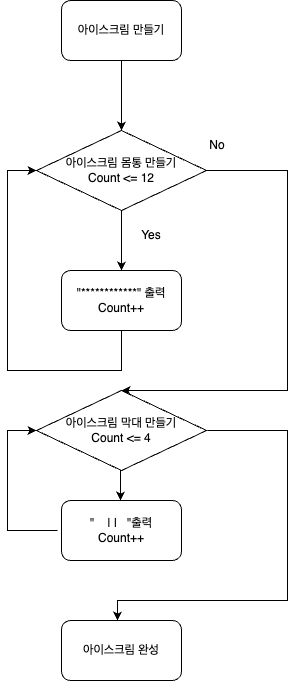
Above: 아이스크림순서도.png in yagom-academy/swift-starter-Round1 (draw.io), before the change. Source tidied: cells renumbered, new cells last; positions are measured from the earlier drawing's top-left corner, leaving out a move shared by most shapes. Its diagram source:
```xml
<mxGraphModel>
  <root>
    <mxCell id="0" />
    <mxCell id="1" parent="0" />
    <mxCell id="2" value="아이스크림 만들기" style="rounded=1;whiteSpace=wrap;html=1;" parent="1" vertex="1">
      <mxGeometry x="54" width="120" height="60" as="geometry" />
    </mxCell>
    <mxCell id="3" value="아이스크림 몸통 만들기&lt;br&gt;Count &amp;lt;= 12" style="rhombus;whiteSpace=wrap;html=1;" parent="1" vertex="1">
      <mxGeometry x="29" y="130" width="170" height="80" as="geometry" />
    </mxCell>
    <mxCell id="4" style="endArrow=classic;html=1;rounded=0;" parent="1" edge="1">
      <mxGeometry relative="1" as="geometry">
        <mxPoint x="114" y="60" as="sourcePoint" />
        <mxPoint x="114" y="130" as="targetPoint" />
      </mxGeometry>
    </mxCell>
    <mxCell id="5" style="endArrow=classic;html=1;rounded=0;" parent="1" edge="1">
      <mxGeometry relative="1" as="geometry">
        <mxPoint x="114" y="210" as="sourcePoint" />
        <mxPoint x="114" y="270" as="targetPoint" />
      </mxGeometry>
    </mxCell>
    <mxCell id="6" value="Yes" style="text;html=1;strokeColor=none;fillColor=none;align=center;verticalAlign=middle;whiteSpace=wrap;rounded=0;" parent="1" vertex="1">
      <mxGeometry x="114" y="220" width="60" height="30" as="geometry" />
    </mxCell>
    <mxCell id="7" value="&quot;************&quot; 출력&lt;br&gt;Count++" style="rounded=1;whiteSpace=wrap;html=1;" parent="1" vertex="1">
      <mxGeometry x="54" y="270" width="120" height="60" as="geometry" />
    </mxCell>
    <mxCell id="8" style="endArrow=classic;html=1;rounded=0;entryX=0.5;entryY=0;entryDx=0;entryDy=0;" parent="1" edge="1" target="11">
      <mxGeometry relative="1" as="geometry">
        <mxPoint x="199" y="170" as="sourcePoint" />
        <Array as="points">
          <mxPoint x="250" y="170" />
          <mxPoint x="280" y="170" />
          <mxPoint x="280" y="300" />
          <mxPoint x="280" y="340" />
          <mxPoint x="280" y="370" />
          <mxPoint x="280" y="390" />
          <mxPoint x="230" y="390" />
        </Array>
      </mxGeometry>
    </mxCell>
    <mxCell id="9" style="endArrow=classic;html=1;rounded=0;entryX=0;entryY=0.5;entryDx=0;entryDy=0;" parent="1" edge="1" target="3">
      <mxGeometry relative="1" as="geometry">
        <mxPoint x="114" y="330" as="sourcePoint" />
        <Array as="points">
          <mxPoint x="114" y="370" />
          <mxPoint y="370" />
          <mxPoint y="220" />
          <mxPoint y="170" />
        </Array>
      </mxGeometry>
    </mxCell>
    <mxCell id="10" value="No" style="text;html=1;strokeColor=none;fillColor=none;align=center;verticalAlign=middle;whiteSpace=wrap;rounded=0;" parent="1" vertex="1">
      <mxGeometry x="180" y="130" width="60" height="30" as="geometry" />
    </mxCell>
    <mxCell id="11" value="아이스크림 막대 만들기&lt;br&gt;Count &amp;lt;= 4" style="rhombus;whiteSpace=wrap;html=1;" parent="1" vertex="1">
      <mxGeometry x="29" y="390" width="170" height="80" as="geometry" />
    </mxCell>
    <mxCell id="12" value="&quot;&amp;nbsp; &amp;nbsp; | |&amp;nbsp; &amp;nbsp;&quot;출력&lt;br&gt;Count++" style="rounded=1;whiteSpace=wrap;html=1;" parent="1" vertex="1">
      <mxGeometry x="54" y="500" width="120" height="60" as="geometry" />
    </mxCell>
    <mxCell id="13" style="endArrow=classic;html=1;rounded=0;" parent="1" edge="1">
      <mxGeometry relative="1" as="geometry">
        <mxPoint x="113" y="470" as="sourcePoint" />
        <mxPoint x="113" y="500" as="targetPoint" />
      </mxGeometry>
    </mxCell>
    <mxCell id="14" style="endArrow=classic;html=1;rounded=0;entryX=0;entryY=0.5;entryDx=0;entryDy=0;" parent="1" edge="1" target="11">
      <mxGeometry relative="1" as="geometry">
        <mxPoint x="50" y="530" as="sourcePoint" />
        <Array as="points">
          <mxPoint y="530" />
          <mxPoint y="480" />
          <mxPoint y="430" />
        </Array>
      </mxGeometry>
    </mxCell>
    <mxCell id="15" style="endArrow=classic;html=1;rounded=0;" parent="1" edge="1">
      <mxGeometry relative="1" as="geometry">
        <mxPoint x="200" y="430" as="sourcePoint" />
        <mxPoint x="110" y="620" as="targetPoint" />
        <Array as="points">
          <mxPoint x="280" y="430" />
          <mxPoint x="280" y="600" />
          <mxPoint x="110" y="600" />
        </Array>
      </mxGeometry>
    </mxCell>
    <mxCell id="16" value="아이스크림 완성" style="rounded=1;whiteSpace=wrap;html=1;" parent="1" vertex="1">
      <mxGeometry x="54" y="620" width="120" height="60" as="geometry" />
    </mxCell>
  </root>
</mxGraphModel>
```
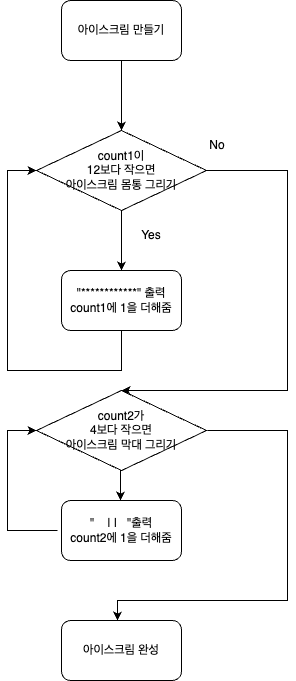
After the commit.

What changed in the source:
```diff
@@ -5,7 +5,7 @@
     <mxCell id="2" value="아이스크림 만들기" style="rounded=1;whiteSpace=wrap;html=1;" parent="1" vertex="1">
       <mxGeometry x="54" width="120" height="60" as="geometry" />
     </mxCell>
-    <mxCell id="3" value="아이스크림 몸통 만들기&lt;br&gt;Count &amp;lt;= 12" style="rhombus;whiteSpace=wrap;html=1;" parent="1" vertex="1">
+    <mxCell id="3" value="count1이&lt;br&gt;12보다 작으면&lt;br&gt;아이스크림 몸통 그리기" style="rhombus;whiteSpace=wrap;html=1;" parent="1" vertex="1">
       <mxGeometry x="29" y="130" width="170" height="80" as="geometry" />
     </mxCell>
     <mxCell id="4" style="endArrow=classic;html=1;rounded=0;" parent="1" edge="1">
@@ -23,7 +23,7 @@
     <mxCell id="6" value="Yes" style="text;html=1;strokeColor=none;fillColor=none;align=center;verticalAlign=middle;whiteSpace=wrap;rounded=0;" parent="1" vertex="1">
       <mxGeometry x="114" y="220" width="60" height="30" as="geometry" />
     </mxCell>
-    <mxCell id="7" value="&quot;************&quot; 출력&lt;br&gt;Count++" style="rounded=1;whiteSpace=wrap;html=1;" parent="1" vertex="1">
+    <mxCell id="7" value="&quot;************&quot; 출력&lt;br&gt;count1에 1을 더해줌" style="rounded=1;whiteSpace=wrap;html=1;" parent="1" vertex="1">
       <mxGeometry x="54" y="270" width="120" height="60" as="geometry" />
     </mxCell>
     <mxCell id="8" style="endArrow=classic;html=1;rounded=0;entryX=0.5;entryY=0;entryDx=0;entryDy=0;" parent="1" edge="1" target="11">
@@ -54,10 +54,10 @@
     <mxCell id="10" value="No" style="text;html=1;strokeColor=none;fillColor=none;align=center;verticalAlign=middle;whiteSpace=wrap;rounded=0;" parent="1" vertex="1">
       <mxGeometry x="180" y="130" width="60" height="30" as="geometry" />
     </mxCell>
-    <mxCell id="11" value="아이스크림 막대 만들기&lt;br&gt;Count &amp;lt;= 4" style="rhombus;whiteSpace=wrap;html=1;" parent="1" vertex="1">
+    <mxCell id="11" value="count2가&lt;br&gt;4보다 작으면&lt;br&gt;아이스크림 막대 그리기" style="rhombus;whiteSpace=wrap;html=1;" parent="1" vertex="1">
       <mxGeometry x="29" y="390" width="170" height="80" as="geometry" />
     </mxCell>
-    <mxCell id="12" value="&quot;&amp;nbsp; &amp;nbsp; | |&amp;nbsp; &amp;nbsp;&quot;출력&lt;br&gt;Count++" style="rounded=1;whiteSpace=wrap;html=1;" parent="1" vertex="1">
+    <mxCell id="12" value="&quot;&amp;nbsp; &amp;nbsp; | |&amp;nbsp; &amp;nbsp;&quot;출력&lt;br&gt;count2에 1을 더해줌" style="rounded=1;whiteSpace=wrap;html=1;" parent="1" vertex="1">
       <mxGeometry x="54" y="500" width="120" height="60" as="geometry" />
     </mxCell>
     <mxCell id="13" style="endArrow=classic;html=1;rounded=0;" parent="1" edge="1">
```
